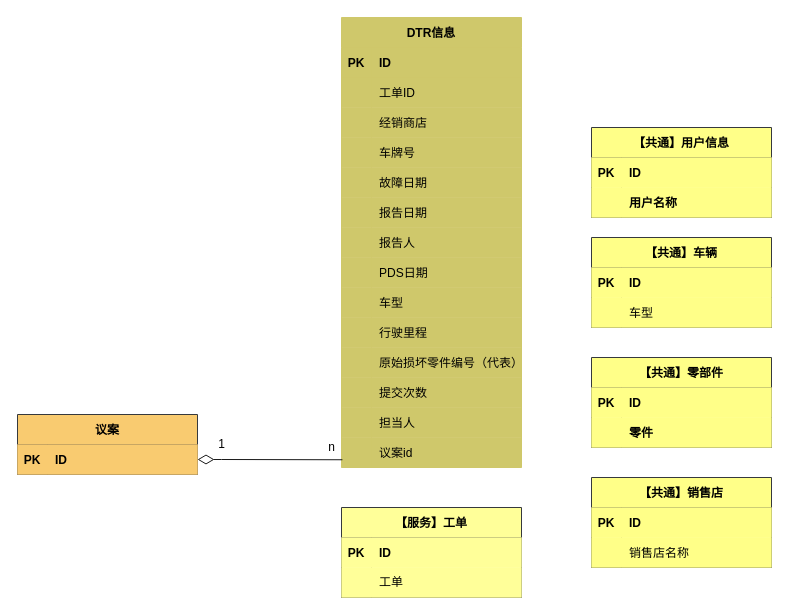
Earlier version of the draw.io diagram page "DTR聚合根" (4 of 7) of images/DTR时序图.drawio (1132489442/designer). Source tidied: cells renumbered, new cells numbered last; positions are measured from the earlier drawing's top-left corner, leaving out a move shared by most shapes. Both pictures are drawn from the tidied source at 100%, with x=0, y=0 at pixel (17, 17).
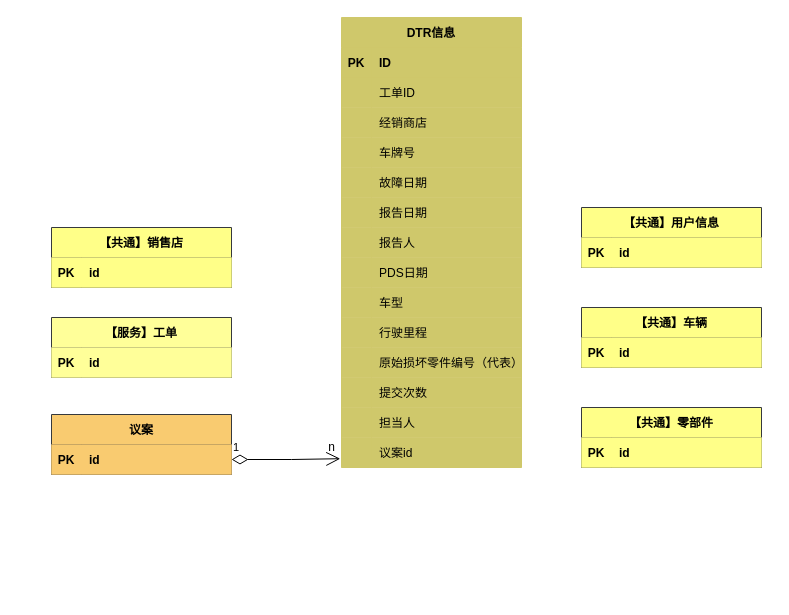
The same page after the edit.

The change refers to these unchanged cells:
```xml
<mxCell id="3" style="shape=partialRectangle;fillColor=#FFFF99;top=0;left=0;bottom=0;right=0;rounded=1;strokeColor=#36393d;swimlaneLine=1;shadow=0;labelBorderColor=none;labelBackgroundColor=none;" parent="2" vertex="1">
  <mxGeometry y="30" width="180" height="30" as="geometry" />
</mxCell>
<mxCell id="10" style="shape=partialRectangle;fillColor=#ffff88;top=0;left=0;bottom=0;right=0;strokeColor=#36393d;swimlaneLine=1;shadow=0;labelBorderColor=none;labelBackgroundColor=none;" parent="9" vertex="1">
  <mxGeometry y="30" width="180" height="30" as="geometry" />
</mxCell>
<mxCell id="17" style="shape=partialRectangle;fillColor=#ffff88;top=0;left=0;bottom=0;right=0;strokeColor=#36393d;swimlaneLine=1;shadow=0;labelBorderColor=none;labelBackgroundColor=none;" parent="16" vertex="1">
  <mxGeometry y="30" width="180" height="30" as="geometry" />
</mxCell>
<mxCell id="24" style="shape=partialRectangle;fillColor=#ffff88;top=0;left=0;bottom=0;right=0;strokeColor=#36393d;swimlaneLine=1;shadow=0;labelBorderColor=none;labelBackgroundColor=none;" parent="23" vertex="1">
  <mxGeometry y="30" width="180" height="30" as="geometry" />
</mxCell>
<mxCell id="70" style="shape=partialRectangle;fillColor=#CFC86B;top=0;left=0;bottom=0;right=0;points=[[0,0.5],[1,0.5]];portConstraint=eastwest;strokeColor=#CFC86B;spacingTop=0;fontStyle=0;perimeterSpacing=0;swimlaneLine=1;sketch=0;shadow=0;labelBorderColor=none;labelBackgroundColor=none;" parent="30" vertex="1">
  <mxGeometry y="420" width="180" height="30" as="geometry" />
</mxCell>
<mxCell id="74" style="shape=partialRectangle;fillColor=#ffff88;top=0;left=0;bottom=0;right=0;strokeColor=#36393d;swimlaneLine=1;shadow=0;labelBorderColor=none;labelBackgroundColor=none;" parent="73" vertex="1">
  <mxGeometry y="30" width="180" height="30" as="geometry" />
</mxCell>
<mxCell id="81" style="shape=partialRectangle;fillColor=#F9CB70;top=0;left=0;bottom=0;right=0;points=[[0,0.5],[1,0.5]];portConstraint=eastwest;strokeColor=#36393d;swimlaneLine=1;shadow=0;labelBorderColor=none;labelBackgroundColor=none;" parent="80" vertex="1">
  <mxGeometry y="30" width="180" height="30" as="geometry" />
</mxCell>
<mxCell id="84" value="n" style="text;html=1;align=center;verticalAlign=middle;points=[];strokeColor=none;fillColor=none;" parent="1" vertex="1">
  <mxGeometry x="304" y="420" width="20" height="20" as="geometry" />
</mxCell>
```

What changed in the source:
```diff
@@
     <mxCell id="2" value="【服务】工单" style="shape=table;startSize=30;childLayout=tableLayout;rowLines=0;fontStyle=1;align=center;rounded=0;fillColor=#FFFF99;strokeColor=#36393d;swimlaneLine=1;shadow=0;labelBorderColor=none;labelBackgroundColor=none;" parent="1" vertex="1">
-      <mxGeometry x="324" y="490" width="180" height="90" as="geometry" />
+      <mxGeometry x="34" y="300" width="180" height="60" as="geometry" />
     </mxCell>
@@
-    <mxCell id="5" value="ID" style="shape=partialRectangle;fillColor=#FFFF99;top=0;left=0;bottom=0;right=0;align=left;spacingLeft=6;overflow=hidden;rounded=1;fontStyle=1;strokeColor=#36393d;swimlaneLine=1;shadow=0;labelBorderColor=none;labelBackgroundColor=none;" parent="3" vertex="1">
+    <mxCell id="5" value="id" style="shape=partialRectangle;fillColor=#FFFF99;top=0;left=0;bottom=0;right=0;align=left;spacingLeft=6;overflow=hidden;rounded=1;fontStyle=1;strokeColor=#36393d;swimlaneLine=1;shadow=0;labelBorderColor=none;labelBackgroundColor=none;" parent="3" vertex="1">
       <mxGeometry x="30" width="150" height="30" as="geometry" />
     </mxCell>
-    <mxCell id="6" style="shape=partialRectangle;fillColor=#FFFF99;top=0;left=0;bottom=0;right=0;rounded=1;strokeColor=#36393d;swimlaneLine=1;shadow=0;labelBorderColor=none;labelBackgroundColor=none;" parent="2" vertex="1">
-      <mxGeometry y="60" width="180" height="30" as="geometry" />
-    </mxCell>
-    <mxCell id="7" style="shape=partialRectangle;fillColor=#FFFF99;top=0;left=0;bottom=0;right=0;overflow=hidden;rounded=1;strokeColor=#36393d;swimlaneLine=1;shadow=0;labelBorderColor=none;labelBackgroundColor=none;" parent="6" vertex="1">
-      <mxGeometry width="30" height="30" as="geometry" />
-    </mxCell>
-    <mxCell id="8" value="工单" style="shape=partialRectangle;fillColor=#FFFF99;top=0;left=0;bottom=0;right=0;align=left;spacingLeft=6;overflow=hidden;rounded=1;whiteSpace=wrap;strokeColor=#36393d;swimlaneLine=1;shadow=0;labelBorderColor=none;labelBackgroundColor=none;" parent="6" vertex="1">
-      <mxGeometry x="30" width="150" height="30" as="geometry" />
-    </mxCell>
     <mxCell id="9" value="【共通】销售店" style="shape=table;startSize=30;childLayout=tableLayout;rowLines=0;fontStyle=1;align=center;fillColor=#ffff88;strokeColor=#36393d;swimlaneLine=1;shadow=0;labelBorderColor=none;labelBackgroundColor=none;" parent="1" vertex="1">
-      <mxGeometry x="574" y="460" width="180" height="90" as="geometry" />
+      <mxGeometry x="34" y="210" width="180" height="60" as="geometry" />
     </mxCell>
@@
-    <mxCell id="12" value="ID" style="shape=partialRectangle;fillColor=#ffff88;top=0;left=0;bottom=0;right=0;align=left;spacingLeft=6;overflow=hidden;fontStyle=1;strokeColor=#36393d;swimlaneLine=1;shadow=0;labelBorderColor=none;labelBackgroundColor=none;" parent="10" vertex="1">
+    <mxCell id="12" value="id" style="shape=partialRectangle;fillColor=#ffff88;top=0;left=0;bottom=0;right=0;align=left;spacingLeft=6;overflow=hidden;fontStyle=1;strokeColor=#36393d;swimlaneLine=1;shadow=0;labelBorderColor=none;labelBackgroundColor=none;" parent="10" vertex="1">
       <mxGeometry x="30" width="150" height="30" as="geometry" />
     </mxCell>
-    <mxCell id="13" style="shape=partialRectangle;fillColor=#ffff88;top=0;left=0;bottom=0;right=0;strokeColor=#36393d;swimlaneLine=1;shadow=0;labelBorderColor=none;labelBackgroundColor=none;" parent="9" vertex="1">
-      <mxGeometry y="60" width="180" height="30" as="geometry" />
-    </mxCell>
-    <mxCell id="14" style="shape=partialRectangle;fillColor=#ffff88;top=0;left=0;bottom=0;right=0;overflow=hidden;strokeColor=#36393d;swimlaneLine=1;shadow=0;labelBorderColor=none;labelBackgroundColor=none;" parent="13" vertex="1">
-      <mxGeometry width="30" height="30" as="geometry" />
-    </mxCell>
-    <mxCell id="15" value="销售店名称" style="shape=partialRectangle;fillColor=#ffff88;top=0;left=0;bottom=0;right=0;align=left;spacingLeft=6;overflow=hidden;strokeColor=#36393d;swimlaneLine=1;shadow=0;labelBorderColor=none;labelBackgroundColor=none;" parent="13" vertex="1">
-      <mxGeometry x="30" width="150" height="30" as="geometry" />
-    </mxCell>
     <mxCell id="16" value="【共通】车辆" style="shape=table;startSize=30;childLayout=tableLayout;rowLines=0;fontStyle=1;align=center;fillColor=#ffff88;strokeColor=#36393d;swimlaneLine=1;shadow=0;labelBorderColor=none;labelBackgroundColor=none;" parent="1" vertex="1">
-      <mxGeometry x="574" y="220" width="180" height="90" as="geometry" />
+      <mxGeometry x="564" y="290" width="180" height="60" as="geometry" />
     </mxCell>
@@
-    <mxCell id="19" value="ID" style="shape=partialRectangle;fillColor=#ffff88;top=0;left=0;bottom=0;right=0;align=left;spacingLeft=6;overflow=hidden;fontStyle=1;strokeColor=#36393d;swimlaneLine=1;shadow=0;labelBorderColor=none;labelBackgroundColor=none;" parent="17" vertex="1">
+    <mxCell id="19" value="id" style="shape=partialRectangle;fillColor=#ffff88;top=0;left=0;bottom=0;right=0;align=left;spacingLeft=6;overflow=hidden;fontStyle=1;strokeColor=#36393d;swimlaneLine=1;shadow=0;labelBorderColor=none;labelBackgroundColor=none;" parent="17" vertex="1">
       <mxGeometry x="30" width="150" height="30" as="geometry" />
     </mxCell>
-    <mxCell id="20" style="shape=partialRectangle;fillColor=#ffff88;top=0;left=0;bottom=0;right=0;strokeColor=#36393d;swimlaneLine=1;shadow=0;labelBorderColor=none;labelBackgroundColor=none;" parent="16" vertex="1">
-      <mxGeometry y="60" width="180" height="30" as="geometry" />
-    </mxCell>
-    <mxCell id="21" style="shape=partialRectangle;fillColor=#ffff88;top=0;left=0;bottom=0;right=0;overflow=hidden;strokeColor=#36393d;swimlaneLine=1;shadow=0;labelBorderColor=none;labelBackgroundColor=none;" parent="20" vertex="1">
-      <mxGeometry width="30" height="30" as="geometry" />
-    </mxCell>
-    <mxCell id="22" value="车型" style="shape=partialRectangle;fillColor=#ffff88;top=0;left=0;bottom=0;right=0;align=left;spacingLeft=6;overflow=hidden;strokeColor=#36393d;swimlaneLine=1;shadow=0;labelBorderColor=none;labelBackgroundColor=none;" parent="20" vertex="1">
-      <mxGeometry x="30" width="150" height="30" as="geometry" />
-    </mxCell>
     <mxCell id="23" value="【共通】零部件" style="shape=table;startSize=30;childLayout=tableLayout;rowLines=0;fontStyle=1;align=center;fillColor=#ffff88;strokeColor=#36393d;swimlaneLine=1;shadow=0;labelBorderColor=none;labelBackgroundColor=none;" parent="1" vertex="1">
-      <mxGeometry x="574" y="340" width="180" height="90" as="geometry" />
+      <mxGeometry x="564" y="390" width="180" height="60" as="geometry" />
     </mxCell>
@@
-    <mxCell id="26" value="ID" style="shape=partialRectangle;fillColor=#ffff88;top=0;left=0;bottom=0;right=0;align=left;spacingLeft=6;overflow=hidden;fontStyle=1;strokeColor=#36393d;swimlaneLine=1;shadow=0;labelBorderColor=none;labelBackgroundColor=none;" parent="24" vertex="1">
+    <mxCell id="26" value="id" style="shape=partialRectangle;fillColor=#ffff88;top=0;left=0;bottom=0;right=0;align=left;spacingLeft=6;overflow=hidden;fontStyle=1;strokeColor=#36393d;swimlaneLine=1;shadow=0;labelBorderColor=none;labelBackgroundColor=none;" parent="24" vertex="1">
       <mxGeometry x="30" width="150" height="30" as="geometry" />
     </mxCell>
-    <mxCell id="27" style="shape=partialRectangle;fillColor=#ffff88;top=0;left=0;bottom=0;right=0;strokeColor=#36393d;swimlaneLine=1;shadow=0;labelBorderColor=none;labelBackgroundColor=none;" parent="23" vertex="1">
-      <mxGeometry y="60" width="180" height="30" as="geometry" />
-    </mxCell>
-    <mxCell id="28" style="shape=partialRectangle;fillColor=#ffff88;top=0;left=0;bottom=0;right=0;overflow=hidden;fontStyle=1;strokeColor=#36393d;swimlaneLine=1;shadow=0;labelBorderColor=none;labelBackgroundColor=none;" parent="27" vertex="1">
-      <mxGeometry width="30" height="30" as="geometry" />
-    </mxCell>
-    <mxCell id="29" value="零件" style="shape=partialRectangle;fillColor=#ffff88;top=0;left=0;bottom=0;right=0;align=left;spacingLeft=6;overflow=hidden;fontStyle=1;strokeColor=#36393d;swimlaneLine=1;shadow=0;labelBorderColor=none;labelBackgroundColor=none;" parent="27" vertex="1">
-      <mxGeometry x="30" width="150" height="30" as="geometry" />
-    </mxCell>
@@
     <mxCell id="73" value="【共通】用户信息" style="shape=table;startSize=30;childLayout=tableLayout;rowLines=0;fontStyle=1;align=center;fillColor=#ffff88;strokeColor=#36393d;swimlaneLine=1;shadow=0;labelBorderColor=none;labelBackgroundColor=none;" parent="1" vertex="1">
-      <mxGeometry x="574" y="110" width="180" height="90" as="geometry" />
+      <mxGeometry x="564" y="190" width="180" height="60" as="geometry" />
     </mxCell>
@@
-    <mxCell id="76" value="ID" style="shape=partialRectangle;fillColor=#ffff88;top=0;left=0;bottom=0;right=0;align=left;spacingLeft=6;overflow=hidden;fontStyle=1;strokeColor=#36393d;swimlaneLine=1;shadow=0;labelBorderColor=none;labelBackgroundColor=none;" parent="74" vertex="1">
+    <mxCell id="76" value="id" style="shape=partialRectangle;fillColor=#ffff88;top=0;left=0;bottom=0;right=0;align=left;spacingLeft=6;overflow=hidden;fontStyle=1;strokeColor=#36393d;swimlaneLine=1;shadow=0;labelBorderColor=none;labelBackgroundColor=none;" parent="74" vertex="1">
       <mxGeometry x="30" width="150" height="30" as="geometry" />
     </mxCell>
-    <mxCell id="77" style="shape=partialRectangle;fillColor=#ffff88;top=0;left=0;bottom=0;right=0;strokeColor=#36393d;swimlaneLine=1;shadow=0;labelBorderColor=none;labelBackgroundColor=none;" parent="73" vertex="1">
-      <mxGeometry y="60" width="180" height="30" as="geometry" />
-    </mxCell>
-    <mxCell id="78" style="shape=partialRectangle;fillColor=#ffff88;top=0;left=0;bottom=0;right=0;overflow=hidden;fontStyle=1;strokeColor=#36393d;swimlaneLine=1;shadow=0;labelBorderColor=none;labelBackgroundColor=none;" parent="77" vertex="1">
-      <mxGeometry width="30" height="30" as="geometry" />
-    </mxCell>
-    <mxCell id="79" value="用户名称" style="shape=partialRectangle;fillColor=#ffff88;top=0;left=0;bottom=0;right=0;align=left;spacingLeft=6;overflow=hidden;fontStyle=1;strokeColor=#36393d;swimlaneLine=1;shadow=0;labelBorderColor=none;labelBackgroundColor=none;" parent="77" vertex="1">
-      <mxGeometry x="30" width="150" height="30" as="geometry" />
-    </mxCell>
     <mxCell id="80" value="议案" style="shape=table;startSize=30;childLayout=tableLayout;rowLines=0;fontStyle=1;align=center;fillColor=#F9CB70;strokeColor=#36393d;swimlaneLine=1;shadow=0;labelBorderColor=none;labelBackgroundColor=none;" parent="1" vertex="1">
-      <mxGeometry y="397" width="180" height="60" as="geometry" />
+      <mxGeometry x="34" y="397" width="180" height="60" as="geometry" />
     </mxCell>
@@
-    <mxCell id="83" value="ID" style="shape=partialRectangle;fillColor=#F9CB70;top=0;left=0;bottom=0;right=0;align=left;spacingLeft=6;overflow=hidden;fontStyle=1;strokeColor=#36393d;swimlaneLine=1;shadow=0;labelBorderColor=none;labelBackgroundColor=none;" parent="81" vertex="1">
+    <mxCell id="83" value="id" style="shape=partialRectangle;fillColor=#F9CB70;top=0;left=0;bottom=0;right=0;align=left;spacingLeft=6;overflow=hidden;fontStyle=1;strokeColor=#36393d;swimlaneLine=1;shadow=0;labelBorderColor=none;labelBackgroundColor=none;" parent="81" vertex="1">
       <mxGeometry x="30" width="150" height="30" as="geometry" />
     </mxCell>
@@
-    <mxCell id="85" style="endArrow=none;html=1;endSize=12;startArrow=diamondThin;startSize=14;startFill=0;edgeStyle=orthogonalEdgeStyle;align=left;verticalAlign=bottom;rounded=0;strokeColor=#1A1A1A;entryX=0.005;entryY=0.742;entryDx=0;entryDy=0;exitX=1;exitY=0.5;exitDx=0;exitDy=0;endFill=0;entryPerimeter=0;" parent="1" edge="1" source="81" target="70">
-      <mxGeometry x="-1" y="3" relative="1" as="geometry">
-        <Array as="points">
-          <mxPoint x="204" y="442" />
-        </Array>
-      </mxGeometry>
-    </mxCell>
-    <mxCell id="86" value="1" style="text;html=1;align=center;verticalAlign=middle;strokeColor=none;fillColor=none;" parent="1" vertex="1">
-      <mxGeometry x="194" y="417" width="20" height="20" as="geometry" />
+    <mxCell id="86" value="1" style="endArrow=open;html=1;endSize=12;startArrow=diamondThin;startSize=14;startFill=0;edgeStyle=orthogonalEdgeStyle;align=left;verticalAlign=bottom;rounded=0;exitX=1;exitY=0.75;exitDx=0;exitDy=0;entryX=0.94;entryY=1.06;entryDx=0;entryDy=0;entryPerimeter=0;" parent="1" edge="1" source="80" target="84">
+      <mxGeometry x="-1" y="3" relative="1" as="geometry">
+        <Array as="points">
+          <mxPoint x="274" y="441" />
+        </Array>
+      </mxGeometry>
     </mxCell>
```
